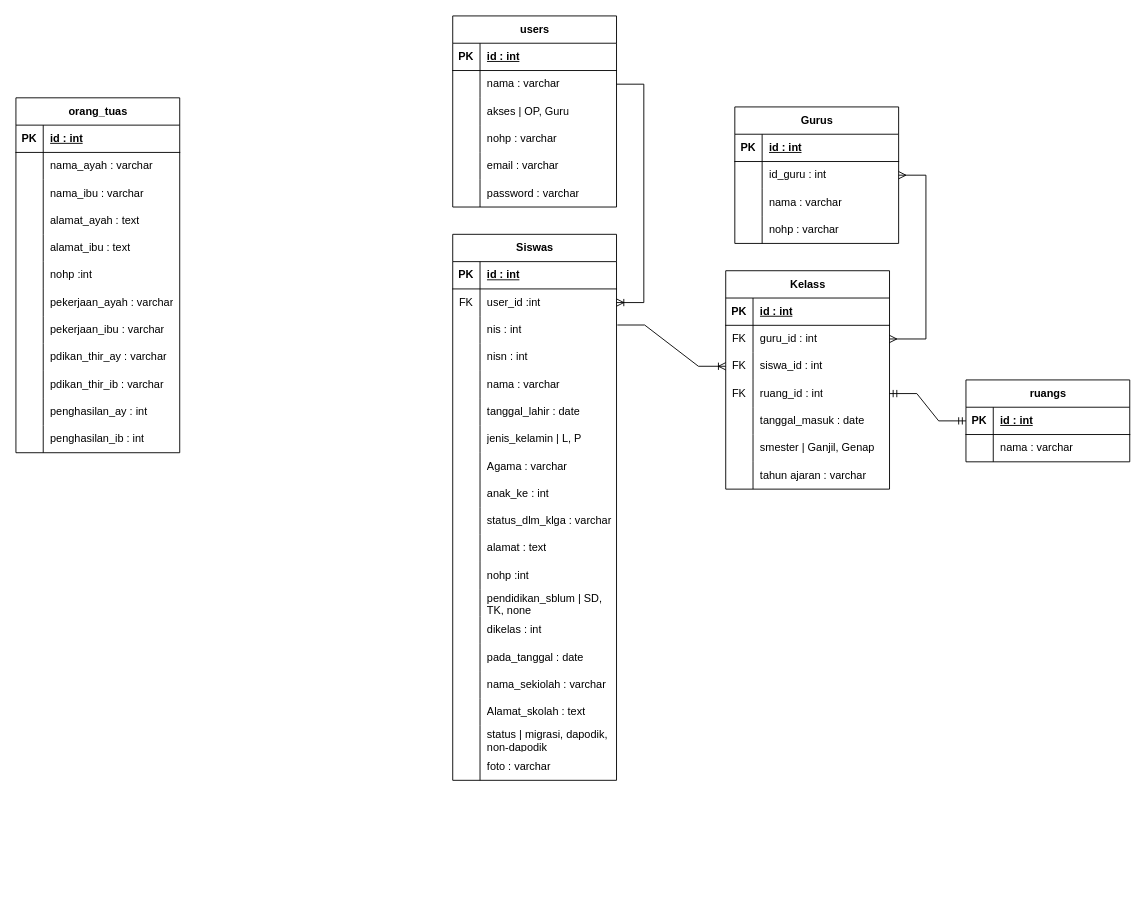
Earlier version of the draw.io diagram database.drawio (XxGembelxX/Rancangan_KP). Source tidied: cells renumbered, new cells numbered last; positions are measured from the earlier drawing's top-left corner, leaving out a move shared by most shapes. Both pictures are drawn from the tidied source at 91%, with x=0, y=0 at pixel (15, 15).
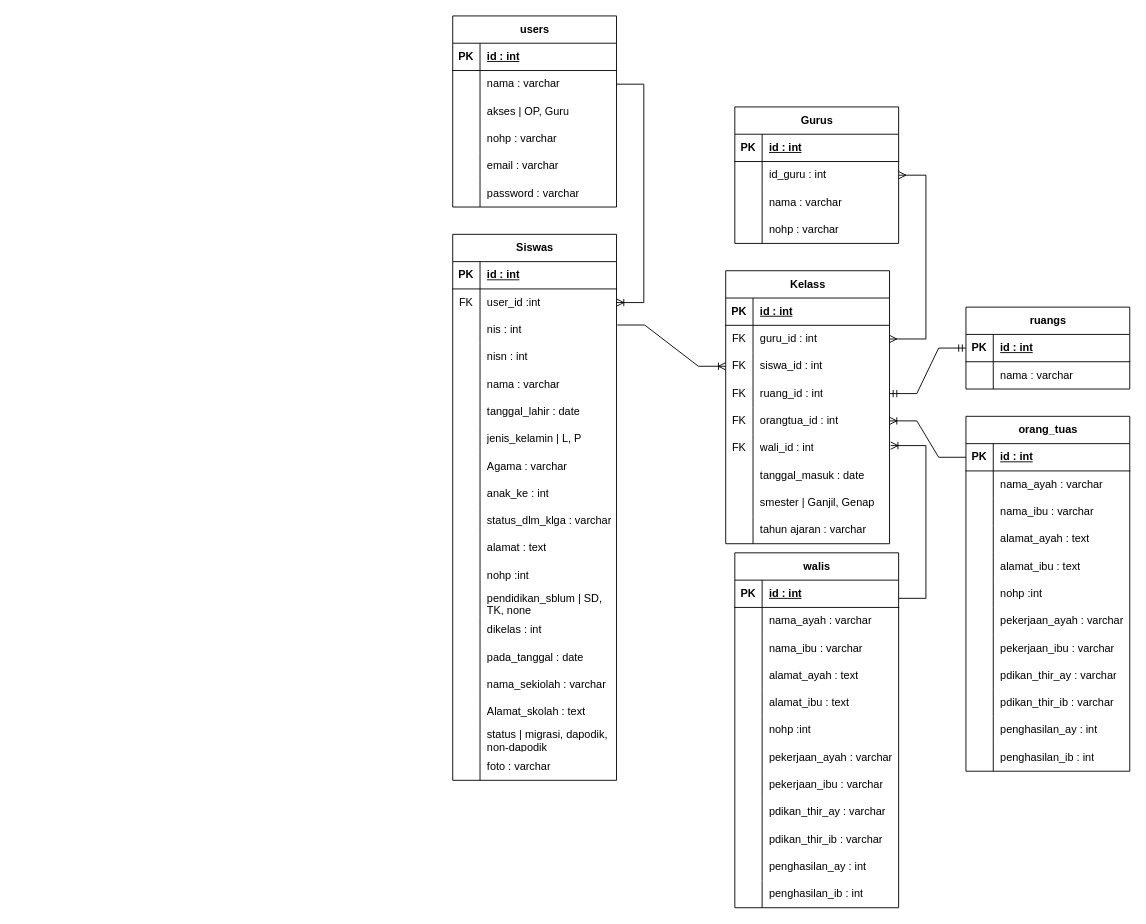
After the change.

Unchanged cells that the change refers to:
```xml
<mxCell id="126" style="shape=tableRow;horizontal=0;startSize=0;swimlaneHead=0;swimlaneBody=0;fillColor=none;points=[[0,0.5],[1,0.5]];portConstraint=eastwest;top=0;left=0;right=0;bottom=1;rounded=0;labelBackgroundColor=none;" parent="125" vertex="1">
  <mxGeometry y="30" width="180" height="30" as="geometry" />
</mxCell>
```

Change to the diagram source:
```diff
@@
     <mxCell id="92" value="Kelass" style="shape=table;startSize=30;childLayout=tableLayout;rowLines=0;fontStyle=1;align=center;html=1;rounded=0;labelBackgroundColor=none;" parent="1" vertex="1">
-      <mxGeometry x="780" y="280" width="180" height="240" as="geometry" />
+      <mxGeometry x="780" y="280" width="180" height="300" as="geometry" />
     </mxCell>
@@
+    <mxCell id="162" style="shape=tableRow;horizontal=0;startSize=0;swimlaneHead=0;swimlaneBody=0;fillColor=none;points=[[0,0.5],[1,0.5]];portConstraint=eastwest;top=0;left=0;right=0;bottom=0;rounded=0;labelBackgroundColor=none;" parent="92" vertex="1">
+      <mxGeometry y="150" width="180" height="30" as="geometry" />
+    </mxCell>
+    <mxCell id="163" value="FK" style="shape=partialRectangle;fillColor=none;top=0;left=0;bottom=0;right=0;overflow=hidden;whiteSpace=wrap;html=1;rounded=0;labelBackgroundColor=none;" parent="162" vertex="1">
+      <mxGeometry width="30" height="30" as="geometry" />
+    </mxCell>
+    <mxCell id="164" value="orangtua_id : int" style="shape=partialRectangle;fillColor=none;top=0;left=0;bottom=0;right=0;align=left;spacingLeft=6;overflow=hidden;whiteSpace=wrap;html=1;rounded=0;labelBackgroundColor=none;" parent="162" vertex="1">
+      <mxGeometry x="30" width="150" height="30" as="geometry" />
+    </mxCell>
+    <mxCell id="165" style="shape=tableRow;horizontal=0;startSize=0;swimlaneHead=0;swimlaneBody=0;fillColor=none;points=[[0,0.5],[1,0.5]];portConstraint=eastwest;top=0;left=0;right=0;bottom=0;rounded=0;labelBackgroundColor=none;" parent="92" vertex="1">
+      <mxGeometry y="180" width="180" height="30" as="geometry" />
+    </mxCell>
+    <mxCell id="166" value="FK" style="shape=partialRectangle;fillColor=none;top=0;left=0;bottom=0;right=0;overflow=hidden;whiteSpace=wrap;html=1;rounded=0;labelBackgroundColor=none;" parent="165" vertex="1">
+      <mxGeometry width="30" height="30" as="geometry" />
+    </mxCell>
+    <mxCell id="167" value="wali_id : int" style="shape=partialRectangle;fillColor=none;top=0;left=0;bottom=0;right=0;align=left;spacingLeft=6;overflow=hidden;whiteSpace=wrap;html=1;rounded=0;labelBackgroundColor=none;" parent="165" vertex="1">
+      <mxGeometry x="30" width="150" height="30" as="geometry" />
+    </mxCell>
     <mxCell id="105" style="shape=tableRow;horizontal=0;startSize=0;swimlaneHead=0;swimlaneBody=0;fillColor=none;top=0;left=0;right=0;bottom=0;rounded=0;labelBackgroundColor=none;" parent="92" vertex="1">
-      <mxGeometry y="150" width="180" height="30" as="geometry" />
+      <mxGeometry y="210" width="180" height="30" as="geometry" />
     </mxCell>
@@
     <mxCell id="108" style="shape=tableRow;horizontal=0;startSize=0;swimlaneHead=0;swimlaneBody=0;fillColor=none;top=0;left=0;right=0;bottom=0;rounded=0;labelBackgroundColor=none;" parent="92" vertex="1">
-      <mxGeometry y="180" width="180" height="30" as="geometry" />
+      <mxGeometry y="240" width="180" height="30" as="geometry" />
     </mxCell>
@@
     <mxCell id="111" style="shape=tableRow;horizontal=0;startSize=0;swimlaneHead=0;swimlaneBody=0;fillColor=none;top=0;left=0;right=0;bottom=0;rounded=0;labelBackgroundColor=none;" parent="92" vertex="1">
-      <mxGeometry y="210" width="180" height="30" as="geometry" />
+      <mxGeometry y="270" width="180" height="30" as="geometry" />
     </mxCell>
@@
     <mxCell id="117" value="ruangs" style="shape=table;startSize=30;childLayout=tableLayout;rowLines=0;fontStyle=1;align=center;html=1;rounded=0;labelBackgroundColor=none;" parent="1" vertex="1">
-      <mxGeometry x="1044" y="400" width="180" height="90" as="geometry" />
+      <mxGeometry x="1044" y="320" width="180" height="90" as="geometry" />
     </mxCell>
@@
     <mxCell id="125" value="orang_tuas" style="shape=table;startSize=30;childLayout=tableLayout;rowLines=0;fontStyle=1;align=center;html=1;rounded=0;labelBackgroundColor=none;" parent="1" vertex="1">
-      <mxGeometry y="90" width="180" height="390" as="geometry" />
+      <mxGeometry x="1044" y="440" width="180" height="390" as="geometry" />
     </mxCell>
@@
+    <mxCell id="168" value="walis" style="shape=table;startSize=30;childLayout=tableLayout;rowLines=0;fontStyle=1;align=center;html=1;rounded=0;labelBackgroundColor=none;" parent="1" vertex="1">
+      <mxGeometry x="790" y="590" width="180" height="390" as="geometry" />
+    </mxCell>
+    <mxCell id="169" style="shape=tableRow;horizontal=0;startSize=0;swimlaneHead=0;swimlaneBody=0;fillColor=none;top=0;left=0;right=0;bottom=1;rounded=0;labelBackgroundColor=none;" parent="168" vertex="1">
+      <mxGeometry y="30" width="180" height="30" as="geometry" />
+    </mxCell>
+    <mxCell id="170" value="PK" style="shape=partialRectangle;fillColor=none;top=0;left=0;bottom=0;right=0;fontStyle=1;overflow=hidden;whiteSpace=wrap;html=1;rounded=0;labelBackgroundColor=none;" parent="169" vertex="1">
+      <mxGeometry width="30" height="30" as="geometry" />
+    </mxCell>
+    <mxCell id="171" value="id : int" style="shape=partialRectangle;fillColor=none;top=0;left=0;bottom=0;right=0;align=left;spacingLeft=6;fontStyle=5;overflow=hidden;whiteSpace=wrap;html=1;rounded=0;labelBackgroundColor=none;" parent="169" vertex="1">
+      <mxGeometry x="30" width="150" height="30" as="geometry" />
+    </mxCell>
+    <mxCell id="172" style="shape=tableRow;horizontal=0;startSize=0;swimlaneHead=0;swimlaneBody=0;fillColor=none;top=0;left=0;right=0;bottom=0;rounded=0;labelBackgroundColor=none;" parent="168" vertex="1">
+      <mxGeometry y="60" width="180" height="30" as="geometry" />
+    </mxCell>
+    <mxCell id="173" style="shape=partialRectangle;fillColor=none;top=0;left=0;bottom=0;right=0;overflow=hidden;whiteSpace=wrap;html=1;rounded=0;labelBackgroundColor=none;" parent="172" vertex="1">
+      <mxGeometry width="30" height="30" as="geometry" />
+    </mxCell>
+    <mxCell id="174" value="nama_ayah : varchar" style="shape=partialRectangle;fillColor=none;top=0;left=0;bottom=0;right=0;align=left;spacingLeft=6;overflow=hidden;whiteSpace=wrap;html=1;rounded=0;labelBackgroundColor=none;" parent="172" vertex="1">
+      <mxGeometry x="30" width="150" height="30" as="geometry" />
+    </mxCell>
+    <mxCell id="175" style="shape=tableRow;horizontal=0;startSize=0;swimlaneHead=0;swimlaneBody=0;fillColor=none;top=0;left=0;right=0;bottom=0;rounded=0;labelBackgroundColor=none;" parent="168" vertex="1">
+      <mxGeometry y="90" width="180" height="30" as="geometry" />
+    </mxCell>
+    <mxCell id="176" style="shape=partialRectangle;fillColor=none;top=0;left=0;bottom=0;right=0;overflow=hidden;whiteSpace=wrap;html=1;rounded=0;labelBackgroundColor=none;" parent="175" vertex="1">
+      <mxGeometry width="30" height="30" as="geometry" />
+    </mxCell>
+    <mxCell id="177" value="nama_ibu : varchar" style="shape=partialRectangle;fillColor=none;top=0;left=0;bottom=0;right=0;align=left;spacingLeft=6;overflow=hidden;whiteSpace=wrap;html=1;rounded=0;labelBackgroundColor=none;" parent="175" vertex="1">
+      <mxGeometry x="30" width="150" height="30" as="geometry" />
+    </mxCell>
+    <mxCell id="178" style="shape=tableRow;horizontal=0;startSize=0;swimlaneHead=0;swimlaneBody=0;fillColor=none;top=0;left=0;right=0;bottom=0;rounded=0;labelBackgroundColor=none;" parent="168" vertex="1">
+      <mxGeometry y="120" width="180" height="30" as="geometry" />
+    </mxCell>
+    <mxCell id="179" style="shape=partialRectangle;fillColor=none;top=0;left=0;bottom=0;right=0;overflow=hidden;whiteSpace=wrap;html=1;rounded=0;labelBackgroundColor=none;" parent="178" vertex="1">
+      <mxGeometry width="30" height="30" as="geometry" />
+    </mxCell>
+    <mxCell id="180" value="alamat_ayah : text" style="shape=partialRectangle;fillColor=none;top=0;left=0;bottom=0;right=0;align=left;spacingLeft=6;overflow=hidden;whiteSpace=wrap;html=1;rounded=0;labelBackgroundColor=none;" parent="178" vertex="1">
+      <mxGeometry x="30" width="150" height="30" as="geometry" />
+    </mxCell>
+    <mxCell id="181" style="shape=tableRow;horizontal=0;startSize=0;swimlaneHead=0;swimlaneBody=0;fillColor=none;top=0;left=0;right=0;bottom=0;rounded=0;labelBackgroundColor=none;" parent="168" vertex="1">
+      <mxGeometry y="150" width="180" height="30" as="geometry" />
+    </mxCell>
+    <mxCell id="182" style="shape=partialRectangle;fillColor=none;top=0;left=0;bottom=0;right=0;overflow=hidden;whiteSpace=wrap;html=1;rounded=0;labelBackgroundColor=none;" parent="181" vertex="1">
+      <mxGeometry width="30" height="30" as="geometry" />
+    </mxCell>
+    <mxCell id="183" value="alamat_ibu : text" style="shape=partialRectangle;fillColor=none;top=0;left=0;bottom=0;right=0;align=left;spacingLeft=6;overflow=hidden;whiteSpace=wrap;html=1;rounded=0;labelBackgroundColor=none;" parent="181" vertex="1">
+      <mxGeometry x="30" width="150" height="30" as="geometry" />
+    </mxCell>
+    <mxCell id="184" style="shape=tableRow;horizontal=0;startSize=0;swimlaneHead=0;swimlaneBody=0;fillColor=none;top=0;left=0;right=0;bottom=0;rounded=0;labelBackgroundColor=none;" parent="168" vertex="1">
+      <mxGeometry y="180" width="180" height="30" as="geometry" />
+    </mxCell>
+    <mxCell id="185" style="shape=partialRectangle;fillColor=none;top=0;left=0;bottom=0;right=0;overflow=hidden;whiteSpace=wrap;html=1;rounded=0;labelBackgroundColor=none;" parent="184" vertex="1">
+      <mxGeometry width="30" height="30" as="geometry" />
+    </mxCell>
+    <mxCell id="186" value="nohp :int" style="shape=partialRectangle;fillColor=none;top=0;left=0;bottom=0;right=0;align=left;spacingLeft=6;overflow=hidden;whiteSpace=wrap;html=1;rounded=0;labelBackgroundColor=none;" parent="184" vertex="1">
+      <mxGeometry x="30" width="150" height="30" as="geometry" />
+    </mxCell>
+    <mxCell id="187" style="shape=tableRow;horizontal=0;startSize=0;swimlaneHead=0;swimlaneBody=0;fillColor=none;top=0;left=0;right=0;bottom=0;rounded=0;labelBackgroundColor=none;" parent="168" vertex="1">
+      <mxGeometry y="210" width="180" height="30" as="geometry" />
+    </mxCell>
+    <mxCell id="188" style="shape=partialRectangle;fillColor=none;top=0;left=0;bottom=0;right=0;overflow=hidden;whiteSpace=wrap;html=1;rounded=0;labelBackgroundColor=none;" parent="187" vertex="1">
+      <mxGeometry width="30" height="30" as="geometry" />
+    </mxCell>
+    <mxCell id="189" value="pekerjaan_ayah : varchar" style="shape=partialRectangle;fillColor=none;top=0;left=0;bottom=0;right=0;align=left;spacingLeft=6;overflow=hidden;whiteSpace=wrap;html=1;rounded=0;labelBackgroundColor=none;" parent="187" vertex="1">
+      <mxGeometry x="30" width="150" height="30" as="geometry" />
+    </mxCell>
+    <mxCell id="190" style="shape=tableRow;horizontal=0;startSize=0;swimlaneHead=0;swimlaneBody=0;fillColor=none;top=0;left=0;right=0;bottom=0;rounded=0;labelBackgroundColor=none;" parent="168" vertex="1">
+      <mxGeometry y="240" width="180" height="30" as="geometry" />
+    </mxCell>
+    <mxCell id="191" style="shape=partialRectangle;fillColor=none;top=0;left=0;bottom=0;right=0;overflow=hidden;whiteSpace=wrap;html=1;rounded=0;labelBackgroundColor=none;" parent="190" vertex="1">
+      <mxGeometry width="30" height="30" as="geometry" />
+    </mxCell>
+    <mxCell id="192" value="pekerjaan_ibu : varchar" style="shape=partialRectangle;fillColor=none;top=0;left=0;bottom=0;right=0;align=left;spacingLeft=6;overflow=hidden;whiteSpace=wrap;html=1;rounded=0;labelBackgroundColor=none;" parent="190" vertex="1">
+      <mxGeometry x="30" width="150" height="30" as="geometry" />
+    </mxCell>
+    <mxCell id="193" style="shape=tableRow;horizontal=0;startSize=0;swimlaneHead=0;swimlaneBody=0;fillColor=none;top=0;left=0;right=0;bottom=0;rounded=0;labelBackgroundColor=none;" parent="168" vertex="1">
+      <mxGeometry y="270" width="180" height="30" as="geometry" />
+    </mxCell>
+    <mxCell id="194" style="shape=partialRectangle;fillColor=none;top=0;left=0;bottom=0;right=0;overflow=hidden;whiteSpace=wrap;html=1;rounded=0;labelBackgroundColor=none;" parent="193" vertex="1">
+      <mxGeometry width="30" height="30" as="geometry" />
+    </mxCell>
+    <mxCell id="195" value="pdikan_thir_ay : varchar" style="shape=partialRectangle;fillColor=none;top=0;left=0;bottom=0;right=0;align=left;spacingLeft=6;overflow=hidden;whiteSpace=wrap;html=1;rounded=0;labelBackgroundColor=none;" parent="193" vertex="1">
+      <mxGeometry x="30" width="150" height="30" as="geometry" />
+    </mxCell>
+    <mxCell id="196" style="shape=tableRow;horizontal=0;startSize=0;swimlaneHead=0;swimlaneBody=0;fillColor=none;top=0;left=0;right=0;bottom=0;rounded=0;labelBackgroundColor=none;" parent="168" vertex="1">
+      <mxGeometry y="300" width="180" height="30" as="geometry" />
+    </mxCell>
+    <mxCell id="197" style="shape=partialRectangle;fillColor=none;top=0;left=0;bottom=0;right=0;overflow=hidden;whiteSpace=wrap;html=1;rounded=0;labelBackgroundColor=none;" parent="196" vertex="1">
+      <mxGeometry width="30" height="30" as="geometry" />
+    </mxCell>
+    <mxCell id="198" value="pdikan_thir_ib : varchar" style="shape=partialRectangle;fillColor=none;top=0;left=0;bottom=0;right=0;align=left;spacingLeft=6;overflow=hidden;whiteSpace=wrap;html=1;rounded=0;labelBackgroundColor=none;" parent="196" vertex="1">
+      <mxGeometry x="30" width="150" height="30" as="geometry" />
+    </mxCell>
+    <mxCell id="199" style="shape=tableRow;horizontal=0;startSize=0;swimlaneHead=0;swimlaneBody=0;fillColor=none;top=0;left=0;right=0;bottom=0;rounded=0;labelBackgroundColor=none;" parent="168" vertex="1">
+      <mxGeometry y="330" width="180" height="30" as="geometry" />
+    </mxCell>
+    <mxCell id="200" style="shape=partialRectangle;fillColor=none;top=0;left=0;bottom=0;right=0;overflow=hidden;whiteSpace=wrap;html=1;rounded=0;labelBackgroundColor=none;" parent="199" vertex="1">
+      <mxGeometry width="30" height="30" as="geometry" />
+    </mxCell>
+    <mxCell id="201" value="penghasilan_ay : int" style="shape=partialRectangle;fillColor=none;top=0;left=0;bottom=0;right=0;align=left;spacingLeft=6;overflow=hidden;whiteSpace=wrap;html=1;rounded=0;labelBackgroundColor=none;" parent="199" vertex="1">
+      <mxGeometry x="30" width="150" height="30" as="geometry" />
+    </mxCell>
+    <mxCell id="202" style="shape=tableRow;horizontal=0;startSize=0;swimlaneHead=0;swimlaneBody=0;fillColor=none;top=0;left=0;right=0;bottom=0;rounded=0;labelBackgroundColor=none;" parent="168" vertex="1">
+      <mxGeometry y="360" width="180" height="30" as="geometry" />
+    </mxCell>
+    <mxCell id="203" style="shape=partialRectangle;fillColor=none;top=0;left=0;bottom=0;right=0;overflow=hidden;whiteSpace=wrap;html=1;rounded=0;labelBackgroundColor=none;" parent="202" vertex="1">
+      <mxGeometry width="30" height="30" as="geometry" />
+    </mxCell>
+    <mxCell id="204" value="penghasilan_ib : int" style="shape=partialRectangle;fillColor=none;top=0;left=0;bottom=0;right=0;align=left;spacingLeft=6;overflow=hidden;whiteSpace=wrap;html=1;rounded=0;labelBackgroundColor=none;" parent="202" vertex="1">
+      <mxGeometry x="30" width="150" height="30" as="geometry" />
+    </mxCell>
+    <mxCell id="205" style="edgeStyle=entityRelationEdgeStyle;fontSize=12;html=1;endArrow=ERoneToMany;rounded=0;exitX=0;exitY=0.5;exitDx=0;exitDy=0;" parent="1" edge="1" source="126" target="162">
+      <mxGeometry relative="1" as="geometry" />
+    </mxCell>
+    <mxCell id="206" style="edgeStyle=entityRelationEdgeStyle;fontSize=12;html=1;endArrow=ERoneToMany;rounded=0;entryX=1.007;entryY=0.406;entryDx=0;entryDy=0;entryPerimeter=0;" parent="1" edge="1" target="165">
+      <mxGeometry relative="1" as="geometry">
+        <mxPoint x="970" y="640" as="sourcePoint" />
+      </mxGeometry>
+    </mxCell>
```
